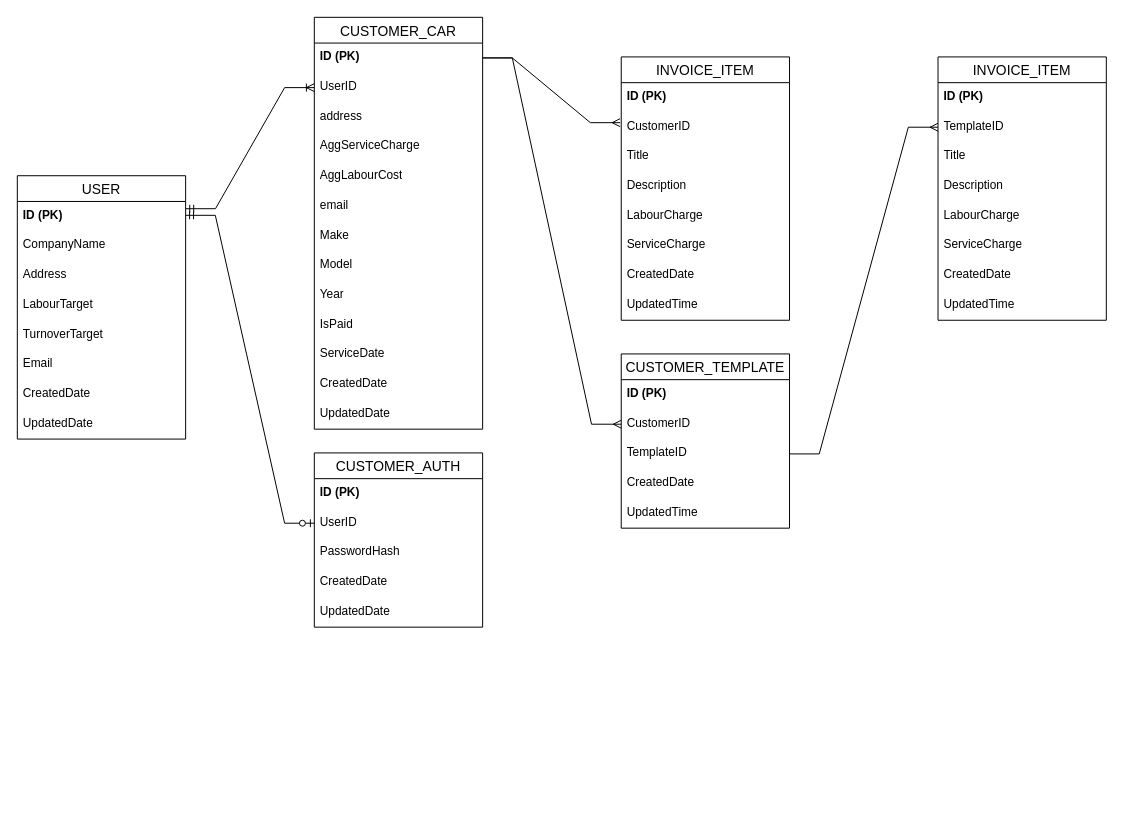
DanielCiccC/DanielCiccC.github.io keeps this draw.io diagram as INFS3202/project_files/INFS3202.drawio. Above is the earlier version. Source tidied: cells renumbered, new cells numbered last; positions are measured from the earlier drawing's top-left corner, leaving out a move shared by most shapes. Both pictures are drawn from the tidied source at 99%, with x=0, y=0 at pixel (17, 17).
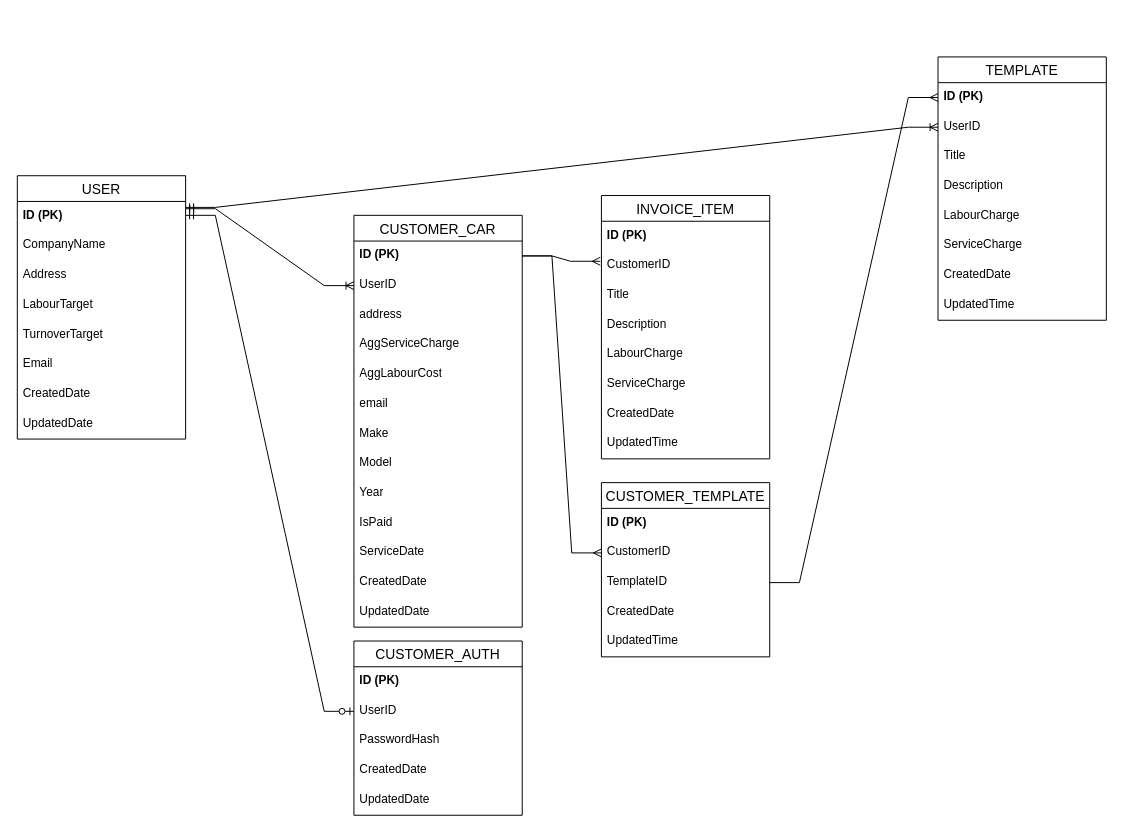
The same diagram, later.

Unchanged cells that the change refers to:
```xml
<mxCell id="46" value="TemplateID" style="text;strokeColor=none;fillColor=none;spacingLeft=4;spacingRight=4;overflow=hidden;points=[[0,0.5],[1,0.5]];portConstraint=eastwest;fontSize=12;whiteSpace=wrap;html=1;" parent="43" vertex="1">
  <mxGeometry y="86" width="170" height="30" as="geometry" />
</mxCell>
<mxCell id="51" value="&lt;b&gt;ID (PK)&lt;/b&gt;" style="text;strokeColor=none;fillColor=none;spacingLeft=4;spacingRight=4;overflow=hidden;points=[[0,0.5],[1,0.5]];portConstraint=eastwest;fontSize=12;whiteSpace=wrap;html=1;" parent="50" vertex="1">
  <mxGeometry y="26" width="170" height="30" as="geometry" />
</mxCell>
```

The edit, as a diff of the source:
```diff
@@
     <mxCell id="11" value="CUSTOMER_CAR" style="swimlane;fontStyle=0;horizontal=1;startSize=26;align=center;fontSize=14;" parent="1" vertex="1">
-      <mxGeometry x="300" width="170" height="416" as="geometry" />
+      <mxGeometry x="340" y="200" width="170" height="416" as="geometry" />
     </mxCell>
@@
     <mxCell id="25" value="INVOICE_ITEM" style="swimlane;fontStyle=0;horizontal=1;startSize=26;align=center;fontSize=14;" parent="1" vertex="1">
-      <mxGeometry x="610" y="40" width="170" height="266" as="geometry" />
+      <mxGeometry x="590" y="180" width="170" height="266" as="geometry" />
     </mxCell>
@@
     <mxCell id="34" value="CUSTOMER_AUTH" style="swimlane;fontStyle=0;horizontal=1;startSize=26;align=center;fontSize=14;" parent="1" vertex="1">
-      <mxGeometry x="300" y="440" width="170" height="176" as="geometry" />
+      <mxGeometry x="340" y="630" width="170" height="176" as="geometry" />
     </mxCell>
@@
     <mxCell id="43" value="CUSTOMER_TEMPLATE" style="swimlane;fontStyle=0;horizontal=1;startSize=26;align=center;fontSize=14;" parent="1" vertex="1">
-      <mxGeometry x="610" y="340" width="170" height="176" as="geometry" />
+      <mxGeometry x="590" y="470" width="170" height="176" as="geometry" />
     </mxCell>
@@
-    <mxCell id="50" value="INVOICE_ITEM" style="swimlane;fontStyle=0;horizontal=1;startSize=26;align=center;fontSize=14;" parent="1" vertex="1">
+    <mxCell id="50" value="TEMPLATE" style="swimlane;fontStyle=0;horizontal=1;startSize=26;align=center;fontSize=14;" parent="1" vertex="1">
       <mxGeometry x="930" y="40" width="170" height="266" as="geometry" />
     </mxCell>
@@
-    <mxCell id="52" value="TemplateID" style="text;strokeColor=none;fillColor=none;spacingLeft=4;spacingRight=4;overflow=hidden;points=[[0,0.5],[1,0.5]];portConstraint=eastwest;fontSize=12;whiteSpace=wrap;html=1;" parent="50" vertex="1">
+    <mxCell id="52" value="UserID" style="text;strokeColor=none;fillColor=none;spacingLeft=4;spacingRight=4;overflow=hidden;points=[[0,0.5],[1,0.5]];portConstraint=eastwest;fontSize=12;whiteSpace=wrap;html=1;" parent="50" vertex="1">
       <mxGeometry y="56" width="170" height="30" as="geometry" />
     </mxCell>
@@
-    <mxCell id="59" style="edgeStyle=entityRelationEdgeStyle;fontSize=12;html=1;endArrow=ERmany;rounded=0;exitX=1;exitY=0.5;exitDx=0;exitDy=0;entryX=0;entryY=0.5;entryDx=0;entryDy=0;" parent="1" edge="1" source="46" target="52">
+    <mxCell id="59" style="edgeStyle=entityRelationEdgeStyle;fontSize=12;html=1;endArrow=ERmany;rounded=0;exitX=1;exitY=0.5;exitDx=0;exitDy=0;entryX=0;entryY=0.5;entryDx=0;entryDy=0;" parent="1" edge="1" source="46" target="51">
       <mxGeometry relative="1" as="geometry" />
     </mxCell>
+    <mxCell id="60" style="edgeStyle=entityRelationEdgeStyle;fontSize=12;html=1;endArrow=ERoneToMany;startArrow=ERmandOne;rounded=0;entryX=0;entryY=0.5;entryDx=0;entryDy=0;exitX=1.001;exitY=0.244;exitDx=0;exitDy=0;exitPerimeter=0;" parent="1" edge="1" target="52">
+      <mxGeometry relative="1" as="geometry">
+        <mxPoint x="170" y="192" as="sourcePoint" />
+      </mxGeometry>
+    </mxCell>
```
